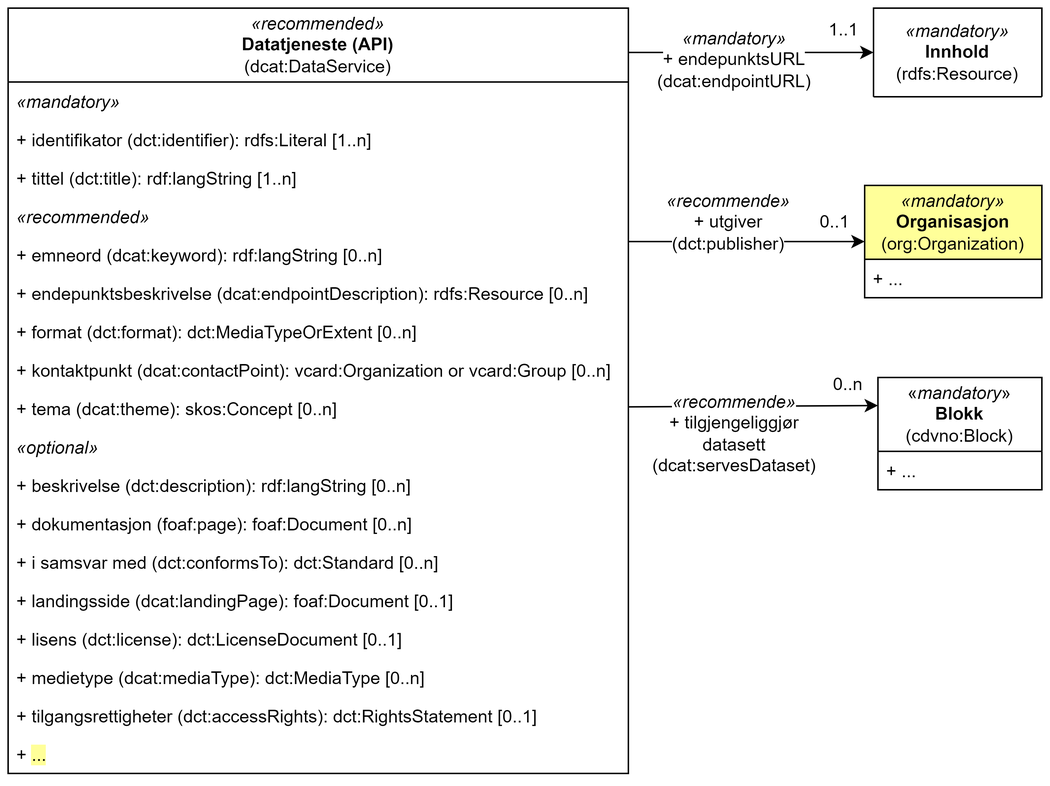
The draw.io diagram cdvno/images/cdvno-dataservice.png in jimjyang/playground, before a commit. Source tidied: cells renumbered, new cells last; positions are measured from the earlier drawing's top-left corner, leaving out a move shared by most shapes.
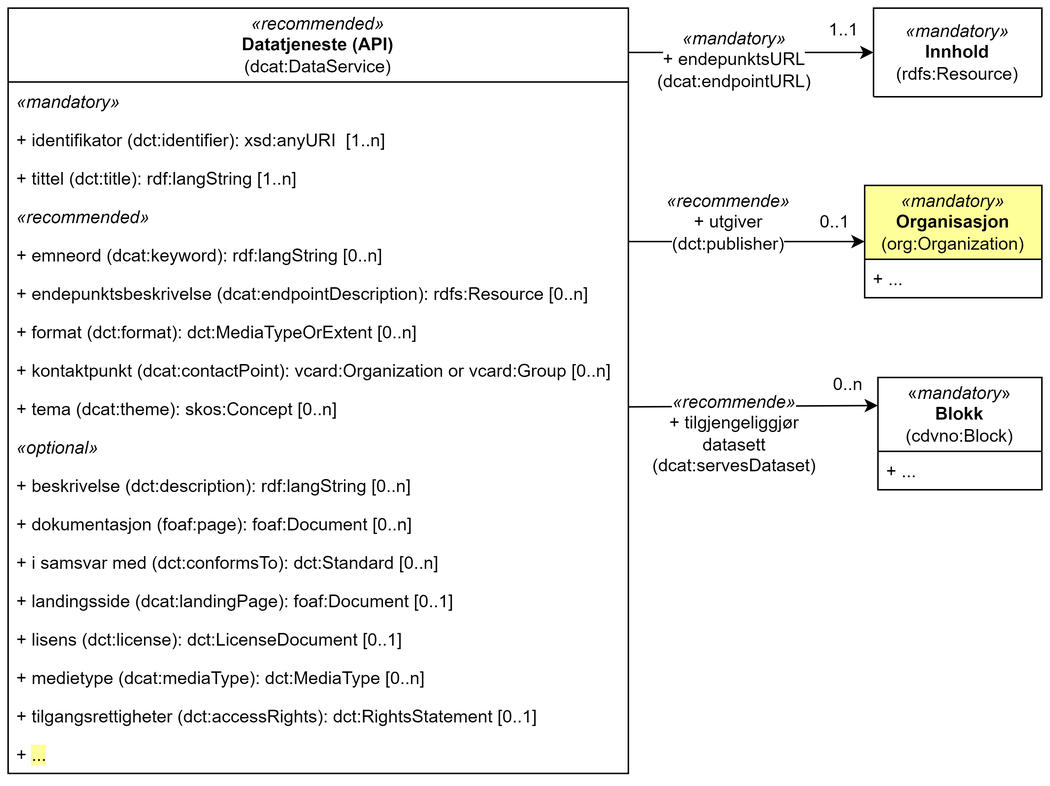
Above is the later version.

Commit message:
data service

The edit, as a diff of the source:
```diff
@@ -11,7 +11,7 @@
     <mxCell id="4" value="&lt;i&gt;«mandatory»&lt;/i&gt;" style="text;strokeColor=none;fillColor=none;align=left;verticalAlign=top;spacingLeft=4;spacingRight=4;overflow=hidden;whiteSpace=wrap;html=1;" parent="3" vertex="1">
       <mxGeometry y="50" width="420" height="26" as="geometry" />
     </mxCell>
-    <mxCell id="5" value="+ identifikator (dct:identifier):&amp;nbsp;rdfs:Literal [1..n]" style="text;strokeColor=none;fillColor=none;align=left;verticalAlign=top;spacingLeft=4;spacingRight=4;overflow=hidden;whiteSpace=wrap;html=1;" parent="3" vertex="1">
+    <mxCell id="5" value="+ identifikator (dct:identifier):&amp;nbsp;xsd:anyURI&amp;nbsp;&amp;nbsp;[1..n]" style="text;strokeColor=none;fillColor=none;align=left;verticalAlign=top;spacingLeft=4;spacingRight=4;overflow=hidden;whiteSpace=wrap;html=1;" parent="3" vertex="1">
       <mxGeometry y="76" width="420" height="26" as="geometry" />
     </mxCell>
     <mxCell id="6" value="+ tittel (dct:title):&amp;nbsp;rdf:langString [1..n]" style="text;strokeColor=none;fillColor=none;align=left;verticalAlign=top;spacingLeft=4;spacingRight=4;overflow=hidden;whiteSpace=wrap;html=1;" parent="3" vertex="1">
```
